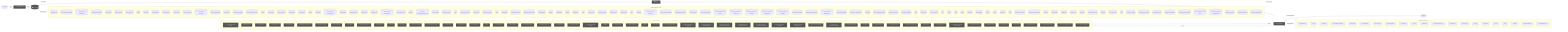
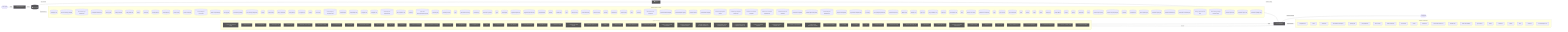
flowchart LR
  UserQ(["👤 User Query"])
  Embed["📐 Embedding Model"]
  VecDB[("📚 Vector Store")]
  Retriever["🔍 Retriever"]
  LLMNode["🧠 LLM / Generator"]
  Output(["✅ Response"])
  UserQ -->|query| Embed
  Embed -->|vector| VecDB
  VecDB -->|top-k chunks| Retriever
  Retriever -->|context + query| LLMNode
  LLMNode -->|generated answer| Output
  subgraph DetectedMemory["Detected memory stores"]
    det_detectedmemory_cli_dispatch_test_54c9f17b[("cli-dispatch.test")]
    det_detectedmemory_run_local_memory_preflight_36e92808[("run-local-memory-preflight")]
    det_detectedmemory_run_local_memory_preflight_test_1d7c5aa0[("run-local-memory-preflight.test")]
    det_detectedmemory_pr_template_validator_test_569b1cef[("pr-template-validator.test")]
    det_detectedmemory_memory_gate_a577a506[("memory-gate")]
    det_detectedmemory_tooling_audit_test_d2aee28c[("tooling-audit.test")]
    det_detectedmemory_tooling_audit_core_328d6a41[("tooling-audit-core")]
    det_detectedmemory_search_24193290[("search")]
    det_detectedmemory_search_test_0c66bc11[("search.test")]
    det_detectedmemory_review_gate_test_000e2ed6[("review-gate.test")]
    det_detectedmemory_review_gate_core_4c8001f9[("review-gate-core")]
    det_detectedmemory_review_context_ca6cf81d[("review-context")]
    det_detectedmemory_review_context_test_89806d6c[("review-context.test")]
    det_detectedmemory_refresh_diagram_context_test_03bf21c4[("refresh-diagram-context.test")]
    det_detectedmemory_pattern_scope_siblings_43abe000[("pattern-scope-siblings")]
    det_detectedmemory_memory_gate_1_265164ac[("memory-gate")]
    det_detectedmemory_local_memory_preflight_dcc36c42[("local-memory-preflight")]
    det_detectedmemory_local_memory_preflight_test_5e323bbf[("local-memory-preflight.test")]
    det_detectedmemory_init_test_cbba76a6[("init.test")]
    det_detectedmemory_index_context_de3ed39d[("index-context")]
    det_detectedmemory_index_context_test_1949ea6f[("index-context.test")]
    det_detectedmemory_docs_gate_test_a25e972f[("docs-gate.test")]
    det_detectedmemory_docs_gate_core_eb9b6c18[("docs-gate-core")]
    det_detectedmemory_context_ea7792a2[("context")]
    det_detectedmemory_context_test_57aad306[("context.test")]
    det_detectedmemory_context_integrity_acceptance_test_59f961b1[("context-integrity-acceptance.test")]
    det_detectedmemory_context_health_80bb7da9[("context-health")]
    det_detectedmemory_context_health_test_3b5b87f3[("context-health.test")]
    det_detectedmemory_ci_migrate_test_2a015bb9[("ci-migrate.test")]
    det_detectedmemory_ci_migrate_core_7005b5af[("ci-migrate-core")]
    det_detectedmemory_check_diagram_freshness_test_c1dc40aa[("check-diagram-freshness.test")]
    det_detectedmemory_branch_protect_core_a8feb0fd[("branch-protect-core")]
    det_detectedmemory_brain_test_428d4d67[("brain.test")]
    det_detectedmemory_agent_first_throughput_integration_test_dc677cc4[("agent-first-throughput.integration.test")]
    det_detectedmemory_overload_guard_2748c559[("overload-guard")]
    det_detectedmemory_overload_guard_test_6ece9f86[("overload-guard.test")]
-     det_detectedmemory_types_5_f869ec4b[("types")]
+     det_detectedmemory_types_4_822d0f88[("types")]
    det_detectedmemory_performance_overload_c685bfcf[("performance-overload")]
    det_detectedmemory_local_memory_0db17ecc[("local-memory")]
    det_detectedmemory_local_memory_smoke_1175abfc[("local-memory-smoke")]
    det_detectedmemory_types_9_1db4641f[("types")]
    det_detectedmemory_claim_helpers_20dc8387[("claim-helpers")]
    det_detectedmemory_suggestion_generator_0956f794[("suggestion-generator")]
    det_detectedmemory_suggestion_generator_test_f68e9892[("suggestion-generator.test")]
    det_detectedmemory_tooling_baseline_50ab2eeb[("tooling-baseline")]
-     det_detectedmemory_classifier_fe1991a9[("classifier")]
-     det_detectedmemory_classifier_test_3859cceb[("classifier.test")]
    det_detectedmemory_validator_1_0c0621d8[("validator")]
    det_detectedmemory_validator_test_1_c5015ca0[("validator.test")]
    det_detectedmemory_types_13_d025517b[("types")]
    det_detectedmemory_metrics_tracker_98cec29c[("metrics-tracker")]
    det_detectedmemory_metrics_tracker_test_3de156fa[("metrics-tracker.test")]
    det_detectedmemory_branch_enforcer_acb749cd[("branch-enforcer")]
+     det_detectedmemory_classifier_fe1991a9[("classifier")]
+     det_detectedmemory_classifier_test_3859cceb[("classifier.test")]
    det_detectedmemory_review_context_1_e3afed15[("review-context")]
    det_detectedmemory_index_2_10143590[("index")]
    det_detectedmemory_eval_seed_5699fd3e[("eval-seed")]
    det_detectedmemory_workflow_contract_scripts_test_681e2e3c[("workflow-contract-scripts.test")]
    det_detectedmemory_scaffold_workflow_template_92310587[("scaffold-workflow-template")]
    det_detectedmemory_scaffold_template_registry_b1cce2aa[("scaffold-template-registry")]
    det_detectedmemory_scaffold_surfaces_12d6494e[("scaffold-surfaces")]
    det_detectedmemory_scaffold_shell_templates_0ad0f915[("scaffold-shell-templates")]
    det_detectedmemory_scaffold_script_template_registry_69312d4e[("scaffold-script-template-registry")]
    det_detectedmemory_scaffold_script_template_registry_test_6a8ebefe[("scaffold-script-template-registry.test")]
    det_detectedmemory_scaffold_root_command_templates_404fed7f[("scaffold-root-command-templates")]
    det_detectedmemory_scaffold_root_command_templates_test_14596939[("scaffold-root-command-templates.test")]
    det_detectedmemory_scaffold_environment_templates_c1ceba6a[("scaffold-environment-templates")]
    det_detectedmemory_scaffold_doc_templates_f6152330[("scaffold-doc-templates")]
    det_detectedmemory_scaffold_diagram_templates_dd88e83c[("scaffold-diagram-templates")]
    det_detectedmemory_scaffold_diagram_templates_test_f3774c28[("scaffold-diagram-templates.test")]
    det_detectedmemory_project_brain_templates_7ef51530[("project-brain-templates")]
    det_detectedmemory_project_brain_templates_test_0b6509f2[("project-brain-templates.test")]
    det_detectedmemory_init_modes_c05ceb07[("init-modes")]
    det_detectedmemory_codex_preflight_symlink_test_037558db[("codex-preflight-symlink.test")]
    det_detectedmemory_harness_decision_test_7e5a4fe5[("harness-decision.test")]
-     det_detectedmemory_command_registry_test_0cf92cba[("command-registry.test")]
-     det_detectedmemory_types_19_eb4ad5f0[("types")]
+     det_detectedmemory_validator_test_5_2bb3219d[("validator.test")]
+     det_detectedmemory_validator_core_1_1518647e[("validator-core")]
+     det_detectedmemory_types_core_1_8bd0f8fd[("types-core")]
+     det_detectedmemory_policy_validators_core_714a3fe7[("policy-validators-core")]
+     det_detectedmemory_loader_test_03424671[("loader.test")]
+     det_detectedmemory_json_schema_core_96d7e328[("json-schema-core")]
+     det_detectedmemory_index_5_522f772a[("index")]
+     det_detectedmemory_harness_run_context_ac7c77a9[("harness-run-context")]
+     det_detectedmemory_harness_run_context_test_c6937fed[("harness-run-context.test")]
+     det_detectedmemory_types_20_071a0112[("types")]
    det_detectedmemory_sync_contract_c79fa191[("sync-contract")]
    det_detectedmemory_sync_contract_test_5dc3165c[("sync-contract.test")]
    det_detectedmemory_store_824d80d7[("store")]
    det_detectedmemory_sources_1_e133d97d[("sources")]
    det_detectedmemory_rollout_a4fa034c[("rollout")]
    det_detectedmemory_ollama_76e3c7bf[("ollama")]
    det_detectedmemory_ollama_test_71f9750e[("ollama.test")]
    det_detectedmemory_lexical_fallback_723e2b3e[("lexical-fallback")]
    det_detectedmemory_init_error_5c7dd49f[("init-error")]
    det_detectedmemory_indexer_70fa78e5[("indexer")]
    det_detectedmemory_indexer_test_d492f0aa[("indexer.test")]
-     det_detectedmemory_index_5_522f772a[("index")]
+     det_detectedmemory_index_6_fc9e91e2[("index")]
    det_detectedmemory_context_compact_policy_3dcaf95d[("context-compact-policy")]
    det_detectedmemory_context_compact_policy_test_da148267[("context-compact-policy.test")]
    det_detectedmemory_constants_7517017f[("constants")]
    det_detectedmemory_constants_test_5492ae98[("constants.test")]
-     det_detectedmemory_validator_test_5_2bb3219d[("validator.test")]
-     det_detectedmemory_validator_core_1_1518647e[("validator-core")]
-     det_detectedmemory_types_core_1_8bd0f8fd[("types-core")]
-     det_detectedmemory_policy_validators_core_714a3fe7[("policy-validators-core")]
-     det_detectedmemory_loader_test_03424671[("loader.test")]
-     det_detectedmemory_json_schema_core_96d7e328[("json-schema-core")]
-     det_detectedmemory_index_6_fc9e91e2[("index")]
-     det_detectedmemory_harness_run_context_ac7c77a9[("harness-run-context")]
-     det_detectedmemory_harness_run_context_test_c6937fed[("harness-run-context.test")]
    det_detectedmemory_branch_protect_sync_570adb18[("branch-protect-sync")]
+     det_detectedmemory_command_registry_test_0cf92cba[("command-registry.test")]
    det_detectedmemory_module_boundaries_test_c0caf46b[("module-boundaries.test")]
    det_detectedmemory_review_gate_command_spec_3187376a[("review-gate-command-spec")]
    det_detectedmemory_memory_gate_command_spec_dc9001a9[("memory-gate-command-spec")]
    det_detectedmemory_local_memory_preflight_command_spec_9e23f3ce[("local-memory-preflight-command-spec")]
    det_detectedmemory_command_specs_test_7f693e85[("command-specs.test")]
    det_detectedmemory_command_specs_core_1c0ffc99[("command-specs-core")]
    det_detectedmemory_command_capability_rules_ca3f496a[("command-capability-rules")]
  end
  VecDB -. "implemented by" .-> DetectedMemory
  subgraph DetectedLLM["Detected LLM clients"]
    det_detectedllm_cli_dispatch_test_54c9f17b["cli-dispatch.test"]
    det_detectedllm_search_24193290["search"]
    det_detectedllm_search_test_0c66bc11["search.test"]
    det_detectedllm_remediate_runner_helpers_929fedcc["remediate-runner-helpers"]
    det_detectedllm_prompt_gate_c5e9d207["prompt-gate"]
    det_detectedllm_prompt_gate_test_1a442b27["prompt-gate.test"]
    det_detectedllm_index_context_de3ed39d["index-context"]
    det_detectedllm_index_context_test_1949ea6f["index-context.test"]
    det_detectedllm_contract_test_2262847f["contract.test"]
    det_detectedllm_context_ea7792a2["context"]
    det_detectedllm_context_test_57aad306["context.test"]
    det_detectedllm_check_environment_core_2c16213f["check-environment-core"]
    det_detectedllm_sensitive_text_7c11f760["sensitive-text"]
+     det_detectedllm_north_star_validators_cfc926ce["north-star-validators"]
    det_detectedllm_sync_contract_c79fa191["sync-contract"]
    det_detectedllm_ollama_76e3c7bf["ollama"]
    det_detectedllm_ollama_test_71f9750e["ollama.test"]
    det_detectedllm_indexer_70fa78e5["indexer"]
-     det_detectedllm_index_5_522f772a["index"]
+     det_detectedllm_index_6_fc9e91e2["index"]
    det_detectedllm_constants_7517017f["constants"]
-     det_detectedllm_north_star_validators_cfc926ce["north-star-validators"]
    det_detectedllm_command_specs_core_1c0ffc99["command-specs-core"]
  end
  LLMNode -. "implemented by" .-> DetectedLLM
  subgraph DetectedTools["Agentic tool calls"]
    det_detectedtools_collect_observed_eval_usage_1724425c["🔧 collect-observed-eval-usage"]
    det_detectedtools_verify_work_test_0e12f6c5["🔧 verify-work.test"]
    det_detectedtools_review_gate_test_000e2ed6["🔧 review-gate.test"]
    det_detectedtools_review_gate_core_4c8001f9["🔧 review-gate-core"]
    det_detectedtools_remediate_test_6f59cafe["🔧 remediate.test"]
    det_detectedtools_remediate_runner_helpers_929fedcc["🔧 remediate-runner-helpers"]
    det_detectedtools_remediate_cli_output_cc165396["🔧 remediate-cli-output"]
    det_detectedtools_pr_closeout_test_1_be1a0df1["🔧 pr-closeout.test"]
    det_detectedtools_policy_gate_213f7313["🔧 policy-gate"]
    det_detectedtools_next_blocked_decisions_4140ad2b["🔧 next-blocked-decisions"]
    det_detectedtools_learnings_test_e45e0253["🔧 learnings.test"]
    det_detectedtools_init_test_cbba76a6["🔧 init.test"]
    det_detectedtools_doctor_test_e032e8b5["🔧 doctor.test"]
    det_detectedtools_doctor_tool_checks_4acac51a["🔧 doctor-tool-checks"]
    det_detectedtools_doctor_github_tool_checks_a53b0382["🔧 doctor-github-tool-checks"]
    det_detectedtools_doctor_checks_5a2eb2b9["🔧 doctor-checks"]
    det_detectedtools_docs_gate_test_a25e972f["🔧 docs-gate.test"]
    det_detectedtools_ci_migrate_core_7005b5af["🔧 ci-migrate-core"]
    det_detectedtools_types_2_d9bc6e7a["🔧 types"]
    det_detectedtools_orchestrator_test_1_c291cde7["🔧 orchestrator.test"]
    det_detectedtools_tooling_baseline_50ab2eeb["🔧 tooling-baseline"]
    det_detectedtools_tooling_baseline_test_d272ddb6["🔧 tooling-baseline.test"]
-     det_detectedtools_evaluation_engine_core_e054fe49["🔧 evaluation-engine-core"]
    det_detectedtools_normalise_test_73e8a615["🔧 normalise.test"]
    det_detectedtools_normalise_renderer_85f2e563["🔧 normalise-renderer"]
    det_detectedtools_normalise_he_phase_exit_test_1788efc4["🔧 normalise-he-phase-exit.test"]
+     det_detectedtools_evaluation_engine_core_e054fe49["🔧 evaluation-engine-core"]
    det_detectedtools_validator_1_0c0621d8["🔧 validator"]
    det_detectedtools_metrics_tracker_98cec29c["🔧 metrics-tracker"]
    det_detectedtools_metrics_tracker_test_3de156fa["🔧 metrics-tracker.test"]
-     det_detectedtools_client_1_914e1681["🔧 client"]
-     det_detectedtools_pr_creator_dc6b1ea4["🔧 pr-creator"]
    det_detectedtools_scaffold_shell_quality_test_79567d03["🔧 scaffold-shell-quality.test"]
    det_detectedtools_scaffold_release_private_npm_template_075499f8["🔧 scaffold-release-private-npm-template"]
    det_detectedtools_scaffold_github_actions_pr_pipeline_template_e2b85f62["🔧 scaffold-github-actions-pr-pipeline-template"]
    det_detectedtools_scaffold_github_actions_pr_pipeline_template_test_be464a7b["🔧 scaffold-github-actions-pr-pipeline-template.test"]
    det_detectedtools_scaffold_github_actions_pr_pipeline_renderer_1ee18de5["🔧 scaffold-github-actions-pr-pipeline-renderer"]
    det_detectedtools_scaffold_github_actions_pr_pipeline_renderer_test_2cc38272["🔧 scaffold-github-actions-pr-pipeline-renderer.test"]
    det_detectedtools_scaffold_environment_templates_c1ceba6a["🔧 scaffold-environment-templates"]
    det_detectedtools_scaffold_environment_templates_test_b31b6a0c["🔧 scaffold-environment-templates.test"]
    det_detectedtools_scaffold_config_templates_4b80ce53["🔧 scaffold-config-templates"]
    det_detectedtools_scaffold_codex_environment_templates_334fbbed["🔧 scaffold-codex-environment-templates"]
    det_detectedtools_scaffold_ci_templates_2afd6392["🔧 scaffold-ci-templates"]
    det_detectedtools_init_output_360dce91["🔧 init-output"]
+     det_detectedtools_pr_creator_dc6b1ea4["🔧 pr-creator"]
+     det_detectedtools_client_1_914e1681["🔧 client"]
    det_detectedtools_closure_evidence_aaa31467["🔧 closure-evidence"]
    det_detectedtools_observed_skill_usage_ed7d5930["🔧 observed-skill-usage"]
    det_detectedtools_observed_skill_usage_test_311c215a["🔧 observed-skill-usage.test"]
    det_detectedtools_ralph_runtime_73d63c0e["🔧 ralph-runtime"]
    det_detectedtools_he_phase_exit_core_1148895b["🔧 he-phase-exit-core"]
    det_detectedtools_harness_closeout_gate_contracts_test_db1c74a7["🔧 harness-closeout-gate-contracts.test"]
-     det_detectedtools_command_registry_test_0cf92cba["🔧 command-registry.test"]
    det_detectedtools_validator_helpers_7b927667["🔧 validator-helpers"]
    det_detectedtools_validator_core_1_1518647e["🔧 validator-core"]
    det_detectedtools_types_core_1_8bd0f8fd["🔧 types-core"]
    det_detectedtools_policy_validators_core_714a3fe7["🔧 policy-validators-core"]
+     det_detectedtools_command_registry_test_0cf92cba["🔧 command-registry.test"]
    det_detectedtools_module_boundaries_test_c0caf46b["🔧 module-boundaries.test"]
    det_detectedtools_command_capability_rules_ca3f496a["🔧 command-capability-rules"]
    det_detectedtools_command_capabilities_a4d5c71e["🔧 command-capabilities"]
  end
  LLMNode -->|tool use| DetectedTools
  DetectedTools -->|result| LLMNode
  classDef memNode fill:#555,color:#fff
  class VecDB,Retriever memNode
  classDef llmNode fill:#555,color:#fff
  class LLMNode,Embed llmNode
  classDef toolNode fill:#555,color:#fff
-   class det_detectedtools_collect_observed_eval_usage_1724425c,det_detectedtools_verify_work_test_0e12f6c5,det_detectedtools_review_gate_test_000e2ed6,det_detectedtools_review_gate_core_4c8001f9,det_detectedtools_remediate_test_6f59cafe,det_detectedtools_remediate_runner_helpers_929fedcc,det_detectedtools_remediate_cli_output_cc165396,det_detectedtools_pr_closeout_test_1_be1a0df1,det_detectedtools_policy_gate_213f7313,det_detectedtools_next_blocked_decisions_4140ad2b,det_detectedtools_learnings_test_e45e0253,det_detectedtools_init_test_cbba76a6,det_detectedtools_doctor_test_e032e8b5,det_detectedtools_doctor_tool_checks_4acac51a,det_detectedtools_doctor_github_tool_checks_a53b0382,det_detectedtools_doctor_checks_5a2eb2b9,det_detectedtools_docs_gate_test_a25e972f,det_detectedtools_ci_migrate_core_7005b5af,det_detectedtools_types_2_d9bc6e7a,det_detectedtools_orchestrator_test_1_c291cde7,det_detectedtools_tooling_baseline_50ab2eeb,det_detectedtools_tooling_baseline_test_d272ddb6,det_detectedtools_evaluation_engine_core_e054fe49,det_detectedtools_normalise_test_73e8a615,det_detectedtools_normalise_renderer_85f2e563,det_detectedtools_normalise_he_phase_exit_test_1788efc4,det_detectedtools_validator_1_0c0621d8,det_detectedtools_metrics_tracker_98cec29c,det_detectedtools_metrics_tracker_test_3de156fa,det_detectedtools_client_1_914e1681,det_detectedtools_pr_creator_dc6b1ea4,det_detectedtools_scaffold_shell_quality_test_79567d03,det_detectedtools_scaffold_release_private_npm_template_075499f8,det_detectedtools_scaffold_github_actions_pr_pipeline_template_e2b85f62,det_detectedtools_scaffold_github_actions_pr_pipeline_template_test_be464a7b,det_detectedtools_scaffold_github_actions_pr_pipeline_renderer_1ee18de5,det_detectedtools_scaffold_github_actions_pr_pipeline_renderer_test_2cc38272,det_detectedtools_scaffold_environment_templates_c1ceba6a,det_detectedtools_scaffold_environment_templates_test_b31b6a0c,det_detectedtools_scaffold_config_templates_4b80ce53,det_detectedtools_scaffold_codex_environment_templates_334fbbed,det_detectedtools_scaffold_ci_templates_2afd6392,det_detectedtools_init_output_360dce91,det_detectedtools_closure_evidence_aaa31467,det_detectedtools_observed_skill_usage_ed7d5930,det_detectedtools_observed_skill_usage_test_311c215a,det_detectedtools_ralph_runtime_73d63c0e,det_detectedtools_he_phase_exit_core_1148895b,det_detectedtools_harness_closeout_gate_contracts_test_db1c74a7,det_detectedtools_command_registry_test_0cf92cba,det_detectedtools_validator_helpers_7b927667,det_detectedtools_validator_core_1_1518647e,det_detectedtools_types_core_1_8bd0f8fd,det_detectedtools_policy_validators_core_714a3fe7,det_detectedtools_module_boundaries_test_c0caf46b,det_detectedtools_command_capability_rules_ca3f496a,det_detectedtools_command_capabilities_a4d5c71e toolNode
+   class det_detectedtools_collect_observed_eval_usage_1724425c,det_detectedtools_verify_work_test_0e12f6c5,det_detectedtools_review_gate_test_000e2ed6,det_detectedtools_review_gate_core_4c8001f9,det_detectedtools_remediate_test_6f59cafe,det_detectedtools_remediate_runner_helpers_929fedcc,det_detectedtools_remediate_cli_output_cc165396,det_detectedtools_pr_closeout_test_1_be1a0df1,det_detectedtools_policy_gate_213f7313,det_detectedtools_next_blocked_decisions_4140ad2b,det_detectedtools_learnings_test_e45e0253,det_detectedtools_init_test_cbba76a6,det_detectedtools_doctor_test_e032e8b5,det_detectedtools_doctor_tool_checks_4acac51a,det_detectedtools_doctor_github_tool_checks_a53b0382,det_detectedtools_doctor_checks_5a2eb2b9,det_detectedtools_docs_gate_test_a25e972f,det_detectedtools_ci_migrate_core_7005b5af,det_detectedtools_types_2_d9bc6e7a,det_detectedtools_orchestrator_test_1_c291cde7,det_detectedtools_tooling_baseline_50ab2eeb,det_detectedtools_tooling_baseline_test_d272ddb6,det_detectedtools_normalise_test_73e8a615,det_detectedtools_normalise_renderer_85f2e563,det_detectedtools_normalise_he_phase_exit_test_1788efc4,det_detectedtools_evaluation_engine_core_e054fe49,det_detectedtools_validator_1_0c0621d8,det_detectedtools_metrics_tracker_98cec29c,det_detectedtools_metrics_tracker_test_3de156fa,det_detectedtools_scaffold_shell_quality_test_79567d03,det_detectedtools_scaffold_release_private_npm_template_075499f8,det_detectedtools_scaffold_github_actions_pr_pipeline_template_e2b85f62,det_detectedtools_scaffold_github_actions_pr_pipeline_template_test_be464a7b,det_detectedtools_scaffold_github_actions_pr_pipeline_renderer_1ee18de5,det_detectedtools_scaffold_github_actions_pr_pipeline_renderer_test_2cc38272,det_detectedtools_scaffold_environment_templates_c1ceba6a,det_detectedtools_scaffold_environment_templates_test_b31b6a0c,det_detectedtools_scaffold_config_templates_4b80ce53,det_detectedtools_scaffold_codex_environment_templates_334fbbed,det_detectedtools_scaffold_ci_templates_2afd6392,det_detectedtools_init_output_360dce91,det_detectedtools_pr_creator_dc6b1ea4,det_detectedtools_client_1_914e1681,det_detectedtools_closure_evidence_aaa31467,det_detectedtools_observed_skill_usage_ed7d5930,det_detectedtools_observed_skill_usage_test_311c215a,det_detectedtools_ralph_runtime_73d63c0e,det_detectedtools_he_phase_exit_core_1148895b,det_detectedtools_harness_closeout_gate_contracts_test_db1c74a7,det_detectedtools_validator_helpers_7b927667,det_detectedtools_validator_core_1_1518647e,det_detectedtools_types_core_1_8bd0f8fd,det_detectedtools_policy_validators_core_714a3fe7,det_detectedtools_command_registry_test_0cf92cba,det_detectedtools_module_boundaries_test_c0caf46b,det_detectedtools_command_capability_rules_ca3f496a,det_detectedtools_command_capabilities_a4d5c71e toolNode
